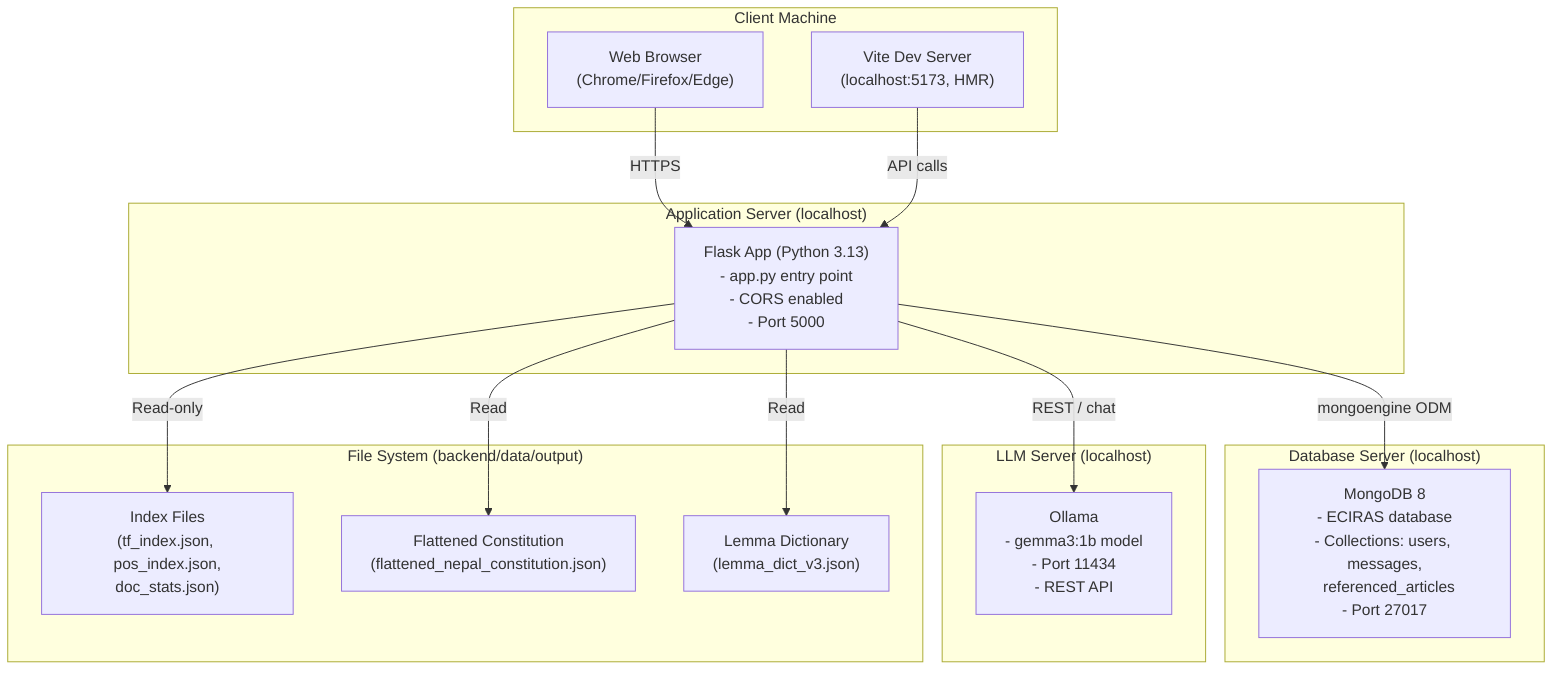
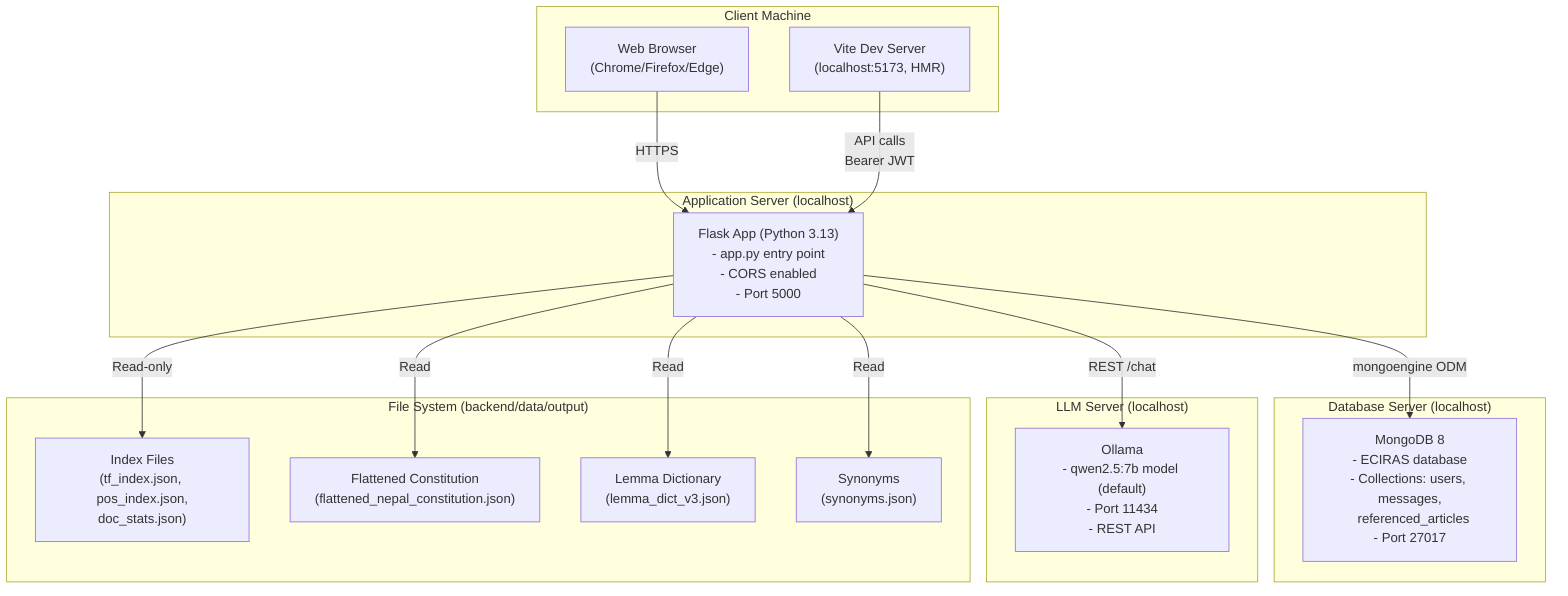
graph TD
    subgraph ClientNode["Client Machine"]
        Browser["Web Browser<br/>(Chrome/Firefox/Edge)"]
        DevServer["Vite Dev Server<br/>(localhost:5173, HMR)"]
    end

    subgraph ServerNode["Application Server (localhost)"]
        FlaskApp["Flask App (Python 3.13)<br/>- app.py entry point<br/>- CORS enabled<br/>- Port 5000"]
    end

    subgraph DBNode["Database Server (localhost)"]
        MongoD["MongoDB 8<br/>- ECIRAS database<br/>- Collections: users, messages,<br/>  referenced_articles<br/>- Port 27017"]
    end

    subgraph LLMNode["LLM Server (localhost)"]
-         Ollama["Ollama<br/>- gemma3:1b model<br/>- Port 11434<br/>- REST API"]
+         Ollama["Ollama<br/>- qwen2.5:7b model (default)<br/>- Port 11434<br/>- REST API"]
    end

    subgraph StorageNode["File System (backend/data/output)"]
        Indexes["Index Files<br/>(tf_index.json, pos_index.json,<br/>doc_stats.json)"]
        FlattenedDoc["Flattened Constitution<br/>(flattened_nepal_constitution.json)"]
        LemmaDict["Lemma Dictionary<br/>(lemma_dict_v3.json)"]
+         Synonyms["Synonyms<br/>(synonyms.json)"]
    end

    Browser -->|HTTPS| FlaskApp
-     DevServer -->|API calls| FlaskApp
+     DevServer -->|API calls<br/>Bearer JWT| FlaskApp
    FlaskApp -->|mongoengine ODM| MongoD
    FlaskApp -->|Read-only| Indexes
-     FlaskApp -->|REST / chat| Ollama
+     FlaskApp -->|REST /chat| Ollama
    FlaskApp -->|Read| FlattenedDoc
    FlaskApp -->|Read| LemmaDict
+     FlaskApp -->|Read| Synonyms
